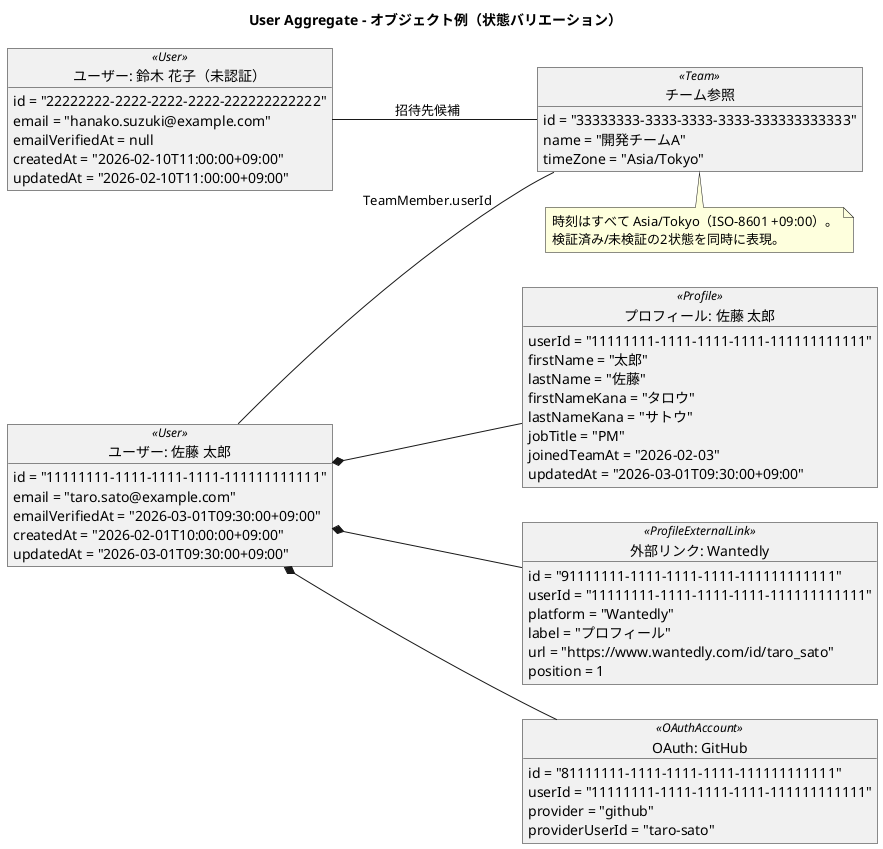
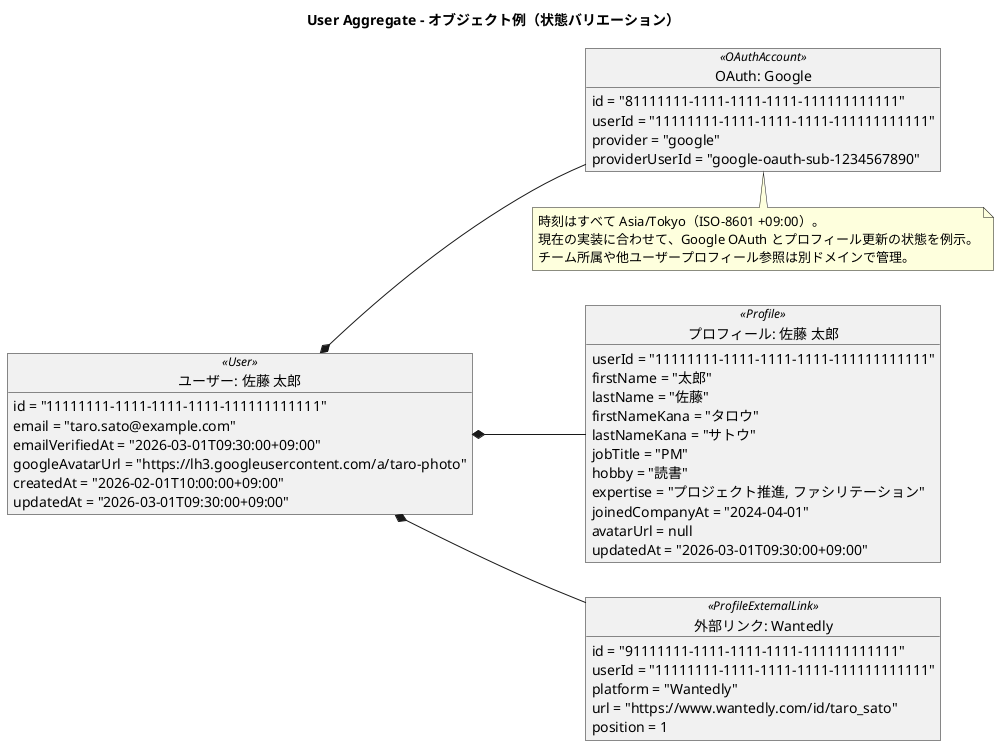
@startuml
title User Aggregate - オブジェクト例（状態バリエーション）

left to right direction
skinparam shadowing false
skinparam objectAttributeIconSize 0

object "ユーザー: 佐藤 太郎" as user_verified <<User>> {
  id = "11111111-1111-1111-1111-111111111111"
  email = "taro.sato@example.com"
  emailVerifiedAt = "2026-03-01T09:30:00+09:00"
+   googleAvatarUrl = "https://lh3.googleusercontent.com/a/taro-photo"
  createdAt = "2026-02-01T10:00:00+09:00"
  updatedAt = "2026-03-01T09:30:00+09:00"
}

object "プロフィール: 佐藤 太郎" as profile_taro <<Profile>> {
  userId = "11111111-1111-1111-1111-111111111111"
  firstName = "太郎"
  lastName = "佐藤"
  firstNameKana = "タロウ"
  lastNameKana = "サトウ"
  jobTitle = "PM"
-   joinedTeamAt = "2026-02-03"
+   hobby = "読書"
+   expertise = "プロジェクト推進, ファシリテーション"
+   joinedCompanyAt = "2024-04-01"
+   avatarUrl = null
  updatedAt = "2026-03-01T09:30:00+09:00"
}

object "外部リンク: Wantedly" as ext_wantedly <<ProfileExternalLink>> {
  id = "91111111-1111-1111-1111-111111111111"
  userId = "11111111-1111-1111-1111-111111111111"
  platform = "Wantedly"
-   label = "プロフィール"
  url = "https://www.wantedly.com/id/taro_sato"
  position = 1
}

- object "OAuth: GitHub" as oauth_github <<OAuthAccount>> {
+ object "OAuth: Google" as oauth_google <<OAuthAccount>> {
  id = "81111111-1111-1111-1111-111111111111"
  userId = "11111111-1111-1111-1111-111111111111"
-   provider = "github"
-   providerUserId = "taro-sato"
- }
- 
- object "ユーザー: 鈴木 花子（未認証）" as user_unverified <<User>> {
-   id = "22222222-2222-2222-2222-222222222222"
-   email = "hanako.suzuki@example.com"
-   emailVerifiedAt = null
-   createdAt = "2026-02-10T11:00:00+09:00"
-   updatedAt = "2026-02-10T11:00:00+09:00"
- }
- 
- object "チーム参照" as team_ref <<Team>> {
-   id = "33333333-3333-3333-3333-333333333333"
-   name = "開発チームA"
-   timeZone = "Asia/Tokyo"
+   provider = "google"
+   providerUserId = "google-oauth-sub-1234567890"
}

user_verified *-- profile_taro
user_verified *-- ext_wantedly
- user_verified *-- oauth_github
- 
- user_verified -- team_ref : TeamMember.userId
- user_unverified -- team_ref : 招待先候補
+ user_verified *-- oauth_google

note bottom
時刻はすべて Asia/Tokyo（ISO-8601 +09:00）。
- 検証済み/未検証の2状態を同時に表現。
+ 現在の実装に合わせて、Google OAuth とプロフィール更新の状態を例示。
+ チーム所属や他ユーザープロフィール参照は別ドメインで管理。
end note

@enduml